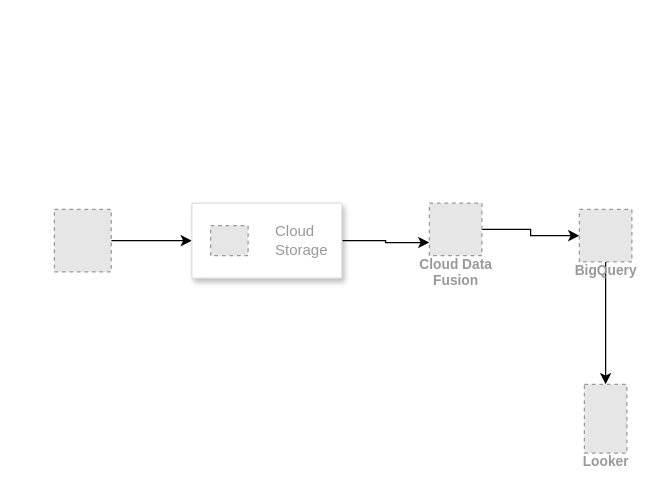
This is ETL PIPELINE.drawio from abhishekramesh/GoogleCloudArchitecture, a draw.io file, before an edit. Source tidied: cells renumbered, new cells numbered last; positions are measured from the earlier drawing's top-left corner, leaving out a move shared by most shapes. Both pictures are drawn from the tidied source at 125%, with x=0, y=0 at pixel (54, 202). Pictures stored in the file or linked from it are replaced by grey dashed boxes.
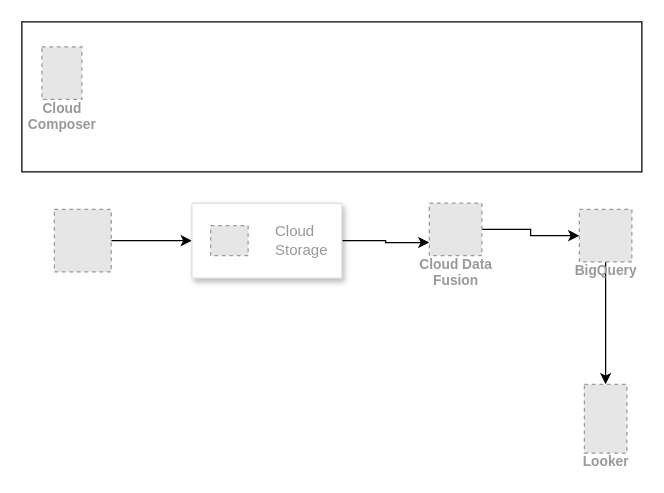
After the change.

What changed in the source:
```diff
@@
 <mxGraphModel>
   <root>
     <mxCell id="0" />
     <mxCell id="1" parent="0" />
     <mxCell id="2" style="edgeStyle=orthogonalEdgeStyle;rounded=0;jettySize=auto;html=1;" parent="1" edge="1" source="3" target="5">
       <mxGeometry relative="1" as="geometry" />
     </mxCell>
     <mxCell id="3" style="fillColor=#E6E6E6;strokeColor=#999999;dashed=1;verticalLabelPosition=bottom;labelBackgroundColor=default;verticalAlign=top;" parent="1" vertex="1">
       <mxGeometry y="5" width="45.5" height="50" as="geometry" />
     </mxCell>
     <mxCell id="4" style="edgeStyle=orthogonalEdgeStyle;rounded=0;jettySize=auto;html=1;exitX=1;exitY=0.5;exitDx=0;exitDy=0;entryX=0;entryY=0.75;entryDx=0;entryDy=0;" parent="1" edge="1" source="5" target="8">
       <mxGeometry relative="1" as="geometry" />
     </mxCell>
     <mxCell id="5" style="strokeColor=#dddddd;shadow=1;strokeWidth=1;rounded=1;absoluteArcSize=1;arcSize=2;" parent="1" vertex="1">
       <mxGeometry x="110" width="120" height="60" as="geometry" />
     </mxCell>
     <mxCell id="6" value="Cloud&#10;Storage" style="fillColor=#E6E6E6;strokeColor=#999999;dashed=1;html=1;fontColor=#999999;verticalLabelPosition=middle;verticalAlign=middle;labelPosition=right;align=left;spacingLeft=20;" parent="5" vertex="1">
       <mxGeometry width="30" height="24" relative="1" as="geometry">
         <mxPoint x="15" y="18" as="offset" />
       </mxGeometry>
     </mxCell>
     <mxCell id="7" style="edgeStyle=orthogonalEdgeStyle;rounded=0;jettySize=auto;html=1;exitX=1;exitY=0.5;exitDx=0;exitDy=0;entryX=0;entryY=0.5;entryDx=0;entryDy=0;" parent="1" edge="1" source="8" target="10">
       <mxGeometry relative="1" as="geometry" />
     </mxCell>
     <mxCell id="8" value="Cloud Data&#10;Fusion" style="fillColor=#E6E6E6;strokeColor=#999999;dashed=1;html=1;verticalAlign=top;labelPosition=center;verticalLabelPosition=bottom;align=center;spacingTop=-6;fontSize=11;fontStyle=1;fontColor=#999999;" parent="1" vertex="1">
       <mxGeometry x="300" width="42" height="42" as="geometry" />
     </mxCell>
     <mxCell id="9" style="edgeStyle=orthogonalEdgeStyle;rounded=0;jettySize=auto;html=1;" parent="1" edge="1" source="10" target="11">
       <mxGeometry relative="1" as="geometry" />
     </mxCell>
     <mxCell id="10" value="BigQuery" style="fillColor=#E6E6E6;strokeColor=#999999;dashed=1;html=1;verticalAlign=top;labelPosition=center;verticalLabelPosition=bottom;align=center;spacingTop=-6;fontSize=11;fontStyle=1;fontColor=#999999;" parent="1" vertex="1">
       <mxGeometry x="420" y="5" width="42" height="42" as="geometry" />
     </mxCell>
     <mxCell id="11" value="Looker" style="fillColor=#E6E6E6;strokeColor=#999999;dashed=1;html=1;verticalAlign=top;labelPosition=center;verticalLabelPosition=bottom;align=center;spacingTop=-6;fontSize=11;fontStyle=1;fontColor=#999999;" parent="1" vertex="1">
       <mxGeometry x="424" y="145" width="34" height="54.9" as="geometry" />
     </mxCell>
+    <mxCell id="12" style="rounded=0;whiteSpace=wrap;html=1;" parent="1" vertex="1">
+      <mxGeometry x="-26" y="-145" width="496" height="120" as="geometry" />
+    </mxCell>
+    <mxCell id="13" value="Cloud&#10;Composer" style="fillColor=#E6E6E6;strokeColor=#999999;dashed=1;html=1;verticalAlign=top;labelPosition=center;verticalLabelPosition=bottom;align=center;spacingTop=-6;fontSize=11;fontStyle=1;fontColor=#999999;" parent="1" vertex="1">
+      <mxGeometry x="-10" y="-125" width="32" height="42" as="geometry" />
+    </mxCell>
   </root>
 </mxGraphModel>
```
